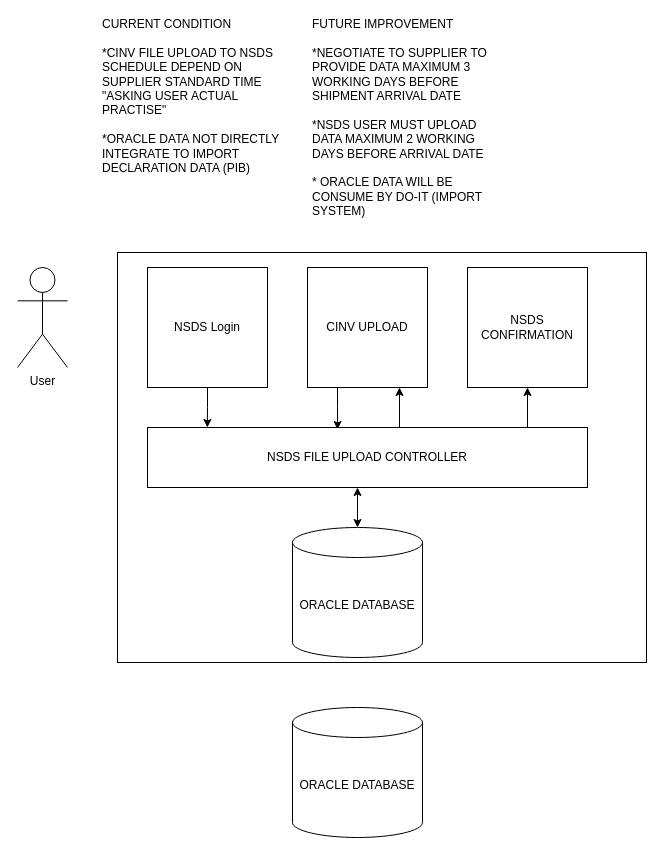
Above: Existing Upload Data Import_NSDS_CINV.drawio in 1000pilar/import-system-ii (draw.io), before the change. Source tidied: cells renumbered, new cells numbered last; positions are measured from the earlier drawing's top-left corner, leaving out a move shared by most shapes. Both pictures are drawn from the tidied source at 100%, with x=0, y=0 at pixel (17, 27).
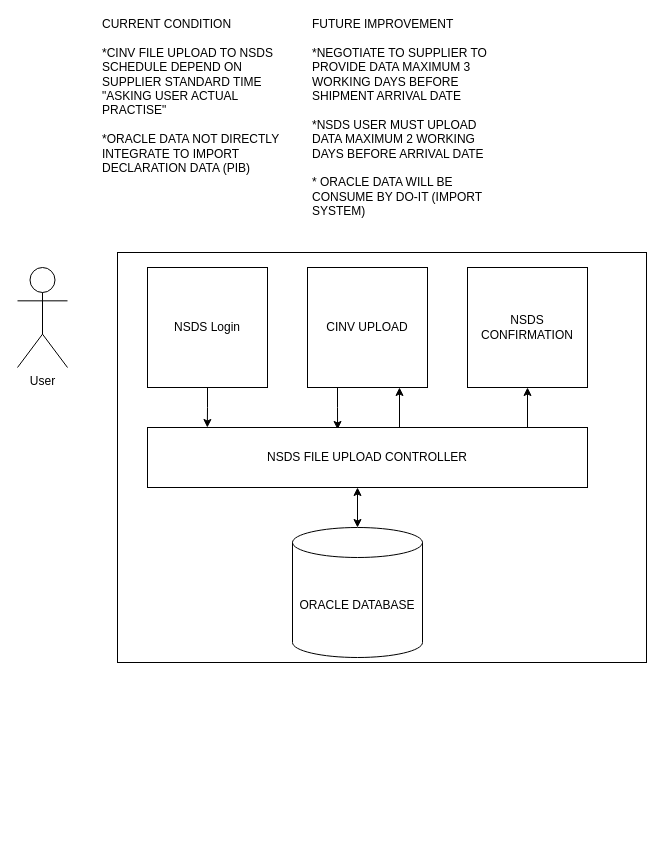
Above is the later version.

The edit, as a diff of the source:
```diff
@@
 <mxGraphModel>
   <root>
     <mxCell id="0" />
     <mxCell id="1" parent="0" />
     <mxCell id="2" style="rounded=0;whiteSpace=wrap;html=1;align=left;" parent="1" vertex="1">
       <mxGeometry x="100" y="225" width="529" height="410" as="geometry" />
     </mxCell>
     <mxCell id="3" value="User" style="shape=umlActor;verticalLabelPosition=bottom;verticalAlign=top;html=1;" parent="1" vertex="1">
       <mxGeometry y="240" width="50" height="100" as="geometry" />
     </mxCell>
     <mxCell id="4" style="edgeStyle=orthogonalEdgeStyle;rounded=0;jettySize=auto;html=1;exitX=0.5;exitY=1;exitDx=0;exitDy=0;entryX=0.136;entryY=0;entryDx=0;entryDy=0;entryPerimeter=0;" parent="1" edge="1" source="5" target="9">
       <mxGeometry relative="1" as="geometry" />
     </mxCell>
     <mxCell id="5" value="NSDS Login" style="whiteSpace=wrap;html=1;" parent="1" vertex="1">
       <mxGeometry x="130" y="240" width="120" height="120" as="geometry" />
     </mxCell>
     <mxCell id="6" style="edgeStyle=orthogonalEdgeStyle;rounded=0;jettySize=auto;html=1;exitX=0.25;exitY=1;exitDx=0;exitDy=0;entryX=0.432;entryY=0.033;entryDx=0;entryDy=0;entryPerimeter=0;" parent="1" edge="1" source="7" target="9">
       <mxGeometry relative="1" as="geometry" />
     </mxCell>
     <mxCell id="7" value="CINV UPLOAD" style="whiteSpace=wrap;html=1;" parent="1" vertex="1">
       <mxGeometry x="290" y="240" width="120" height="120" as="geometry" />
     </mxCell>
     <mxCell id="8" value="NSDS CONFIRMATION" style="whiteSpace=wrap;html=1;" parent="1" vertex="1">
       <mxGeometry x="450" y="240" width="120" height="120" as="geometry" />
     </mxCell>
     <mxCell id="9" value="NSDS FILE UPLOAD CONTROLLER" style="rounded=0;whiteSpace=wrap;html=1;" parent="1" vertex="1">
       <mxGeometry x="130" y="400" width="440" height="60" as="geometry" />
     </mxCell>
     <mxCell id="10" value="ORACLE DATABASE" style="shape=cylinder3;whiteSpace=wrap;html=1;boundedLbl=1;backgroundOutline=1;size=15;" parent="1" vertex="1">
       <mxGeometry x="275" y="500" width="130" height="130" as="geometry" />
     </mxCell>
     <mxCell id="11" style="endArrow=classic;startArrow=classic;html=1;rounded=0;exitX=0.5;exitY=0;exitDx=0;exitDy=0;exitPerimeter=0;" parent="1" edge="1" source="10">
       <mxGeometry relative="1" as="geometry">
         <mxPoint x="340" y="460" as="targetPoint" />
       </mxGeometry>
     </mxCell>
     <mxCell id="12" style="endArrow=classic;html=1;rounded=0;entryX=0.5;entryY=1;entryDx=0;entryDy=0;" parent="1" edge="1" target="8">
       <mxGeometry relative="1" as="geometry">
         <mxPoint x="510" y="400" as="sourcePoint" />
       </mxGeometry>
     </mxCell>
     <mxCell id="13" value="&lt;div&gt;CURRENT CONDITION&lt;/div&gt;&lt;div&gt;&lt;br&gt;&lt;/div&gt;&lt;div align=&quot;left&quot;&gt;*CINV FILE UPLOAD TO NSDS SCHEDULE DEPEND ON SUPPLIER STANDARD TIME &quot;ASKING USER ACTUAL PRACTISE&quot;&lt;br&gt;&lt;/div&gt;&lt;div align=&quot;left&quot;&gt;&lt;br&gt;&lt;/div&gt;&lt;div align=&quot;left&quot;&gt;*ORACLE DATA NOT DIRECTLY INTEGRATE TO IMPORT DECLARATION DATA (PIB)&lt;br&gt;&lt;/div&gt;&lt;div align=&quot;left&quot;&gt;&lt;br&gt;&lt;/div&gt;&lt;div align=&quot;left&quot;&gt;&lt;br&gt;&lt;/div&gt;" style="text;html=1;strokeColor=none;fillColor=none;spacing=5;spacingTop=-20;whiteSpace=wrap;overflow=hidden;rounded=0;align=left;" parent="1" vertex="1">
       <mxGeometry x="80" width="190" height="160" as="geometry" />
     </mxCell>
     <mxCell id="14" style="endArrow=classic;html=1;rounded=0;" parent="1" edge="1">
       <mxGeometry relative="1" as="geometry">
         <mxPoint x="382" y="400" as="sourcePoint" />
         <mxPoint x="382" y="360" as="targetPoint" />
       </mxGeometry>
     </mxCell>
     <mxCell id="15" value="&lt;div&gt;FUTURE IMPROVEMENT&lt;br&gt;&lt;/div&gt;&lt;div&gt;&lt;br&gt;&lt;/div&gt;&lt;div align=&quot;left&quot;&gt;*NEGOTIATE TO SUPPLIER TO PROVIDE DATA MAXIMUM 3 WORKING DAYS BEFORE SHIPMENT ARRIVAL DATE&lt;br&gt;&lt;/div&gt;&lt;div align=&quot;left&quot;&gt;&lt;br&gt;&lt;/div&gt;&lt;div align=&quot;left&quot;&gt;*NSDS USER MUST UPLOAD DATA MAXIMUM 2 WORKING DAYS BEFORE ARRIVAL DATE&lt;/div&gt;&lt;div align=&quot;left&quot;&gt;&lt;br&gt;&lt;/div&gt;&lt;div align=&quot;left&quot;&gt;* ORACLE DATA WILL BE CONSUME BY DO-IT (IMPORT SYSTEM)&lt;br&gt;&lt;/div&gt;&lt;div align=&quot;left&quot;&gt;&lt;br&gt;&lt;/div&gt;&lt;div align=&quot;left&quot;&gt;&lt;br&gt;&lt;/div&gt;" style="text;html=1;strokeColor=none;fillColor=none;spacing=5;spacingTop=-20;whiteSpace=wrap;overflow=hidden;rounded=0;align=left;" parent="1" vertex="1">
       <mxGeometry x="290" width="190" height="200" as="geometry" />
     </mxCell>
-    <mxCell id="16" value="ORACLE DATABASE" style="shape=cylinder3;whiteSpace=wrap;html=1;boundedLbl=1;backgroundOutline=1;size=15;" parent="1" vertex="1">
-      <mxGeometry x="275" y="680" width="130" height="130" as="geometry" />
-    </mxCell>
   </root>
 </mxGraphModel>
```
